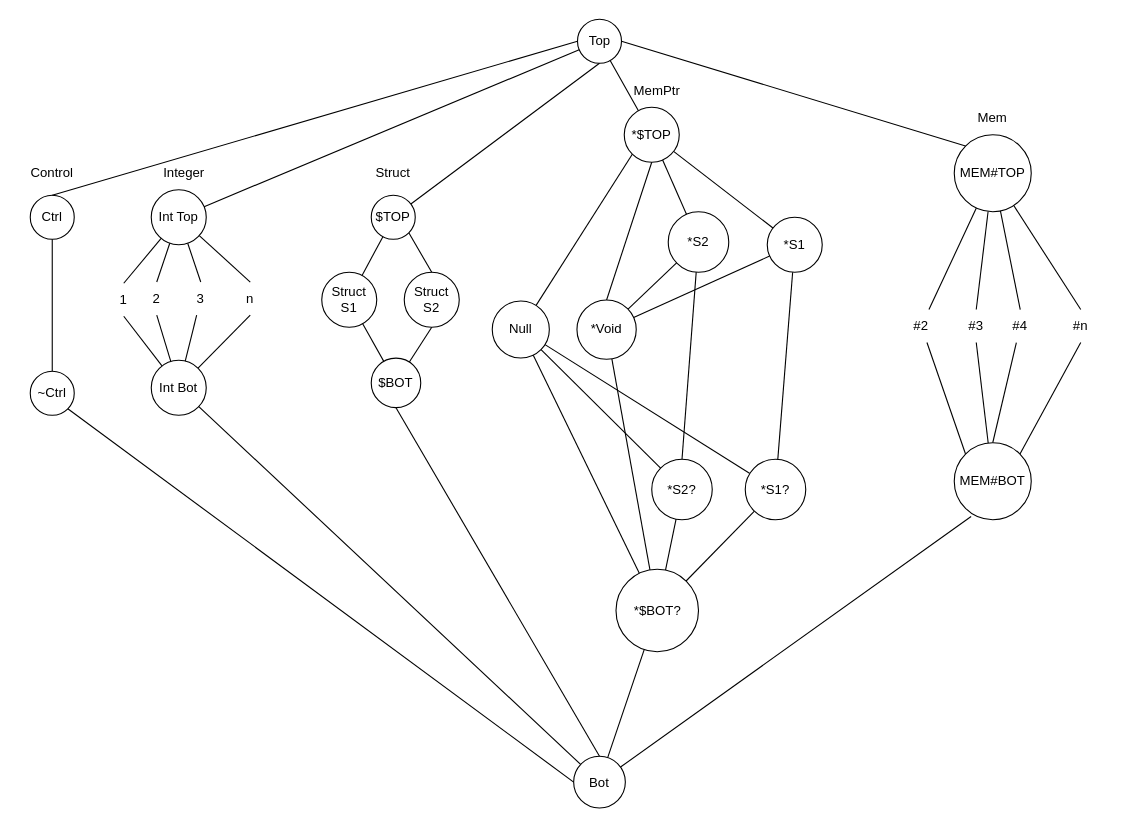
SeaOfNodes/Simple keeps this draw.io diagram as chapter10/docs/lattice.drawio. Above is the earlier version. Source tidied: cells renumbered, new cells numbered last; positions are measured from the earlier drawing's top-left corner, leaving out a move shared by most shapes. Both pictures are drawn from the tidied source at 110%, with x=0, y=0 at pixel (19, 19).
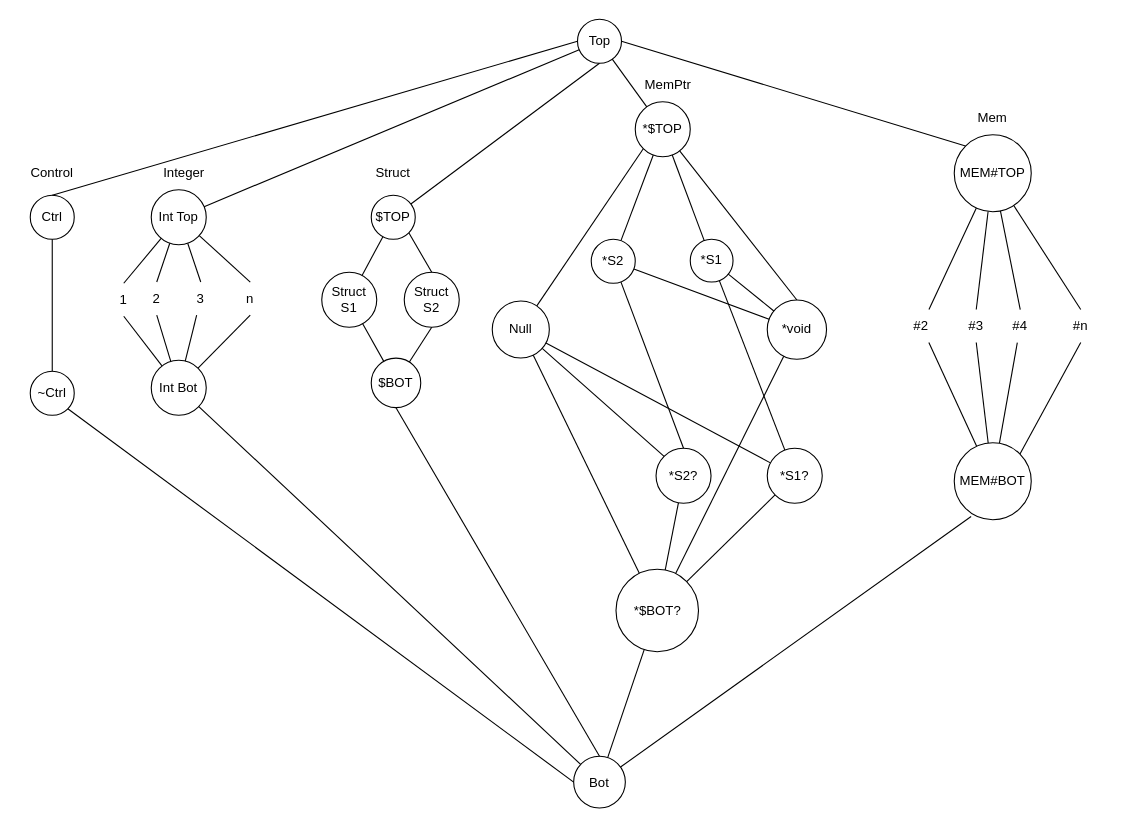
Above is the later version.

Commit message (it also covers changes not shown here):
#67 Revise lattice diagram and doc

Unchanged cells that the change refers to:
```xml
<mxCell id="44" value="#4" style="text;html=1;strokeColor=none;fillColor=none;align=center;verticalAlign=middle;whiteSpace=wrap;rounded=0;" parent="1" vertex="1">
  <mxGeometry x="890" y="263.9" width="40" height="30" as="geometry" />
</mxCell>
<mxCell id="54" value="#2" style="text;html=1;strokeColor=none;fillColor=none;align=center;verticalAlign=middle;whiteSpace=wrap;rounded=0;" parent="1" vertex="1">
  <mxGeometry x="800" y="263.9" width="40" height="30" as="geometry" />
</mxCell>
<mxCell id="55" value="MEM#BOT" style="ellipse;whiteSpace=wrap;html=1;" parent="1" vertex="1">
  <mxGeometry x="850" y="385" width="70" height="70" as="geometry" />
</mxCell>
```

Change to the diagram source:
```diff
@@
     <mxCell id="20" value="*$TOP" style="ellipse;whiteSpace=wrap;html=1;" parent="1" vertex="1">
-      <mxGeometry x="550" y="80" width="50" height="50" as="geometry" />
+      <mxGeometry x="560" y="75" width="50" height="50" as="geometry" />
     </mxCell>
@@
-    <mxCell id="47" style="endArrow=none;html=1;exitX=0;exitY=0;exitDx=0;exitDy=0;" parent="1" edge="1" source="55" target="54">
+    <mxCell id="47" style="endArrow=none;html=1;" parent="1" edge="1" source="55" target="54">
       <mxGeometry relative="1" as="geometry" />
     </mxCell>
@@
-    <mxCell id="51" style="endArrow=none;html=1;exitX=0.5;exitY=0;exitDx=0;exitDy=0;" parent="1" edge="1" source="55" target="44">
+    <mxCell id="51" style="endArrow=none;html=1;" parent="1" edge="1" source="55" target="44">
       <mxGeometry relative="1" as="geometry" />
     </mxCell>
@@
-    <mxCell id="59" value="*Void" style="ellipse;whiteSpace=wrap;html=1;" parent="1" vertex="1">
-      <mxGeometry x="507" y="255.2" width="53.9" height="53.9" as="geometry" />
+    <mxCell id="59" value="*void" style="ellipse;whiteSpace=wrap;html=1;" parent="1" vertex="1">
+      <mxGeometry x="680" y="255.2" width="53.9" height="53.9" as="geometry" />
     </mxCell>
@@
     <mxCell id="62" value="*S1" style="ellipse;whiteSpace=wrap;html=1;" parent="1" vertex="1">
-      <mxGeometry x="680" y="180" width="50" height="50" as="geometry" />
+      <mxGeometry x="610" y="200" width="38.9" height="38.9" as="geometry" />
     </mxCell>
@@
     <mxCell id="64" value="*S1?" style="ellipse;whiteSpace=wrap;html=1;" parent="1" vertex="1">
-      <mxGeometry x="660" y="400" width="55" height="55" as="geometry" />
+      <mxGeometry x="680" y="390" width="50" height="50" as="geometry" />
     </mxCell>
@@
     <mxCell id="66" value="*S2" style="ellipse;whiteSpace=wrap;html=1;" parent="1" vertex="1">
-      <mxGeometry x="590" y="175" width="55" height="55" as="geometry" />
+      <mxGeometry x="520" y="200" width="40" height="40" as="geometry" />
     </mxCell>
@@
     <mxCell id="70" value="*S2?" style="ellipse;whiteSpace=wrap;html=1;" parent="1" vertex="1">
-      <mxGeometry x="575" y="400" width="55" height="55" as="geometry" />
+      <mxGeometry x="578.9" y="390" width="50" height="50" as="geometry" />
     </mxCell>
@@
-    <mxCell id="74" style="endArrow=none;html=1;entryX=0.5;entryY=1;entryDx=0;entryDy=0;exitX=0.5;exitY=0;exitDx=0;exitDy=0;" parent="1" edge="1" source="59" target="20">
+    <mxCell id="74" style="endArrow=none;html=1;exitX=0.5;exitY=0;exitDx=0;exitDy=0;" parent="1" edge="1" source="59" target="20">
       <mxGeometry relative="1" as="geometry" />
     </mxCell>
@@
     <mxCell id="78" value="MemPtr" style="text;html=1;strokeColor=none;fillColor=none;align=center;verticalAlign=middle;whiteSpace=wrap;rounded=0;" parent="1" vertex="1">
-      <mxGeometry x="550" y="50" width="60" height="30" as="geometry" />
+      <mxGeometry x="560" y="45" width="60" height="30" as="geometry" />
     </mxCell>
```
